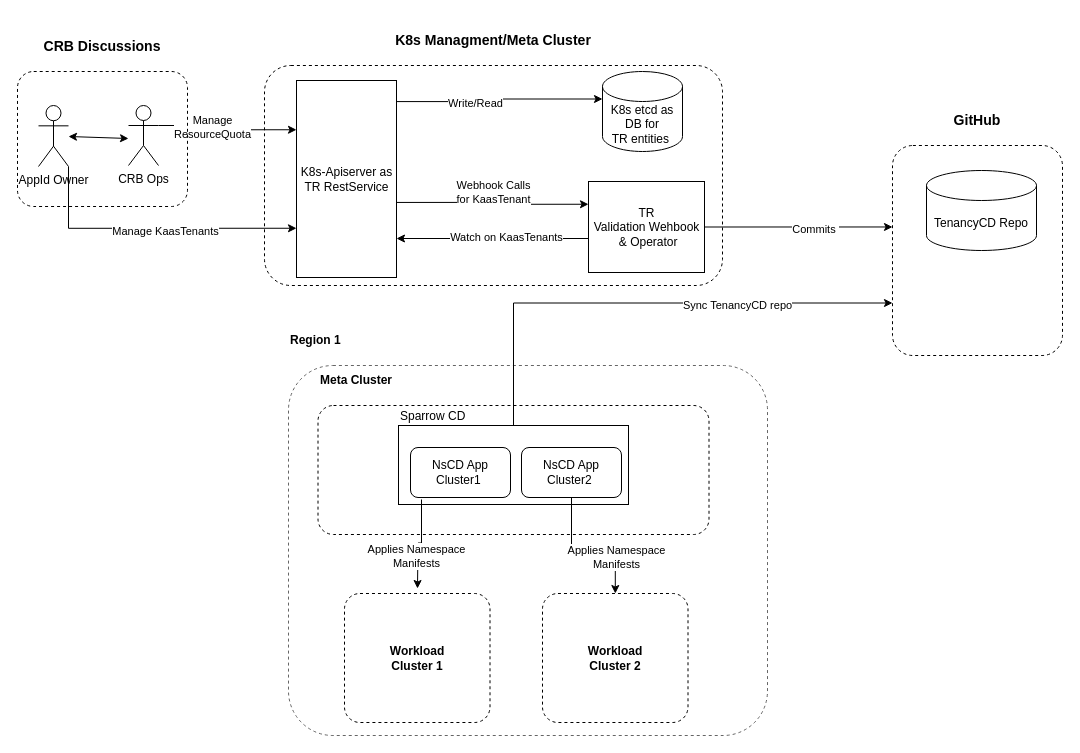
This is BetaReleaseArchitecutalView.drawio from Purushotham233/first_app, a draw.io file, before an edit. Source tidied: cells renumbered, new cells numbered last; positions are measured from the earlier drawing's top-left corner, leaving out a move shared by most shapes. Both pictures are drawn from the tidied source at 100%, with x=0, y=0 at pixel (17, 65).
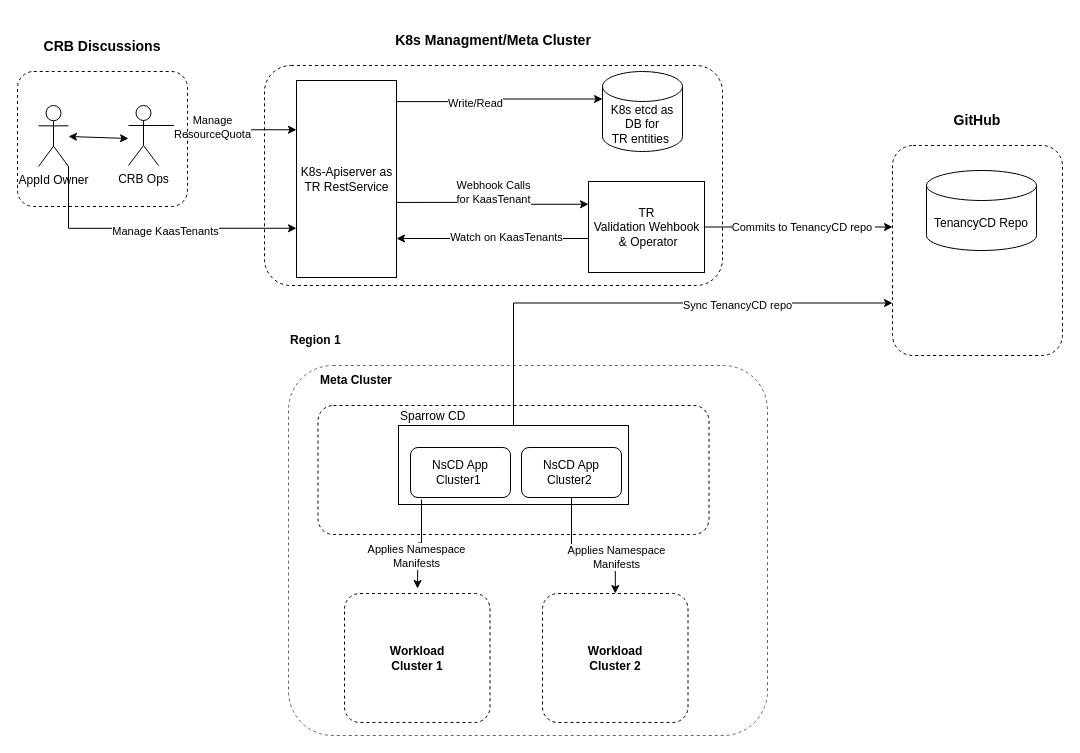
After the change.

The change refers to these unchanged cells:
```xml
<mxCell id="20" style="edgeStyle=orthogonalEdgeStyle;rounded=0;jettySize=auto;html=1;exitX=1;exitY=0.5;exitDx=0;exitDy=0;entryX=0;entryY=0.388;entryDx=0;entryDy=0;entryPerimeter=0;" parent="1" edge="1" source="22" target="23">
  <mxGeometry relative="1" as="geometry" />
</mxCell>
```

Change to the diagram source:
```diff
@@
-    <mxCell id="21" value="Commits&amp;nbsp;" style="edgeLabel;html=1;align=center;verticalAlign=middle;" parent="20" vertex="1">
-      <mxGeometry x="0.17" y="-2" relative="1" as="geometry" />
+    <mxCell id="21" value="Commits to TenancyCD repo&amp;nbsp;" style="edgeLabel;html=1;align=center;verticalAlign=middle;" parent="20" vertex="1">
+      <mxGeometry x="0.17" y="-2" relative="1" as="geometry">
+        <mxPoint x="-12" y="-2" as="offset" />
+      </mxGeometry>
     </mxCell>
```
